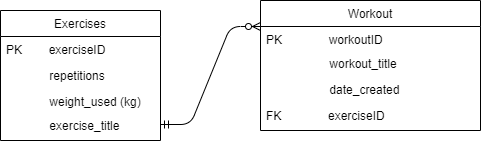
Before: ERD new Diagram.png, a diagram exported from draw.io (Armanhafiz4/Fundamental-project). Source tidied: cells renumbered, new cells last; positions are measured from the earlier drawing's top-left corner, leaving out a move shared by most shapes. Its diagram source:
```xml
<mxGraphModel>
  <root>
    <mxCell id="0" />
    <mxCell id="1" parent="0" />
    <mxCell id="2" value="Exercises" style="swimlane;fontStyle=0;align=center;verticalAlign=top;horizontal=1;startSize=26;rounded=0;shadow=0;strokeWidth=1;" parent="1" vertex="1">
      <mxGeometry y="10" width="160" height="130" as="geometry" />
    </mxCell>
    <mxCell id="3" value="PK        exerciseID" style="text;align=left;verticalAlign=top;spacingLeft=4;spacingRight=4;overflow=hidden;" parent="2" vertex="1">
      <mxGeometry y="26" width="160" height="26" as="geometry" />
    </mxCell>
    <mxCell id="4" value="             repetitions" style="text;align=left;verticalAlign=top;spacingLeft=4;spacingRight=4;overflow=hidden;rounded=0;shadow=0;html=0;" parent="2" vertex="1">
      <mxGeometry y="52" width="160" height="26" as="geometry" />
    </mxCell>
    <mxCell id="5" value="             weight_used (kg)" style="text;align=left;verticalAlign=top;spacingLeft=4;spacingRight=4;overflow=hidden;rounded=0;shadow=0;html=0;" parent="2" vertex="1">
      <mxGeometry y="78" width="160" height="24" as="geometry" />
    </mxCell>
    <mxCell id="6" value="             exercise_title" style="text;align=left;verticalAlign=top;spacingLeft=4;spacingRight=4;overflow=hidden;rounded=0;shadow=0;html=0;" parent="2" vertex="1">
      <mxGeometry y="102" width="160" height="24" as="geometry" />
    </mxCell>
    <mxCell id="7" value="Workout" style="swimlane;fontStyle=0;align=center;verticalAlign=top;horizontal=1;startSize=26;rounded=0;shadow=0;strokeWidth=1;" parent="1" vertex="1">
      <mxGeometry x="260" width="220" height="130" as="geometry" />
    </mxCell>
    <mxCell id="8" value="PK              workoutID" style="text;align=left;verticalAlign=top;spacingLeft=4;spacingRight=4;overflow=hidden;" parent="7" vertex="1">
      <mxGeometry y="26" width="220" height="24" as="geometry" />
    </mxCell>
    <mxCell id="9" value="                   workout_title" style="text;align=left;verticalAlign=top;spacingLeft=4;spacingRight=4;overflow=hidden;" parent="7" vertex="1">
      <mxGeometry y="50" width="220" height="26" as="geometry" />
    </mxCell>
    <mxCell id="10" value="                   date_created" style="text;align=left;verticalAlign=top;spacingLeft=4;spacingRight=4;overflow=hidden;" parent="7" vertex="1">
      <mxGeometry y="76" width="220" height="26" as="geometry" />
    </mxCell>
    <mxCell id="11" value="FK              exerciseID" style="text;align=left;verticalAlign=top;spacingLeft=4;spacingRight=4;overflow=hidden;" parent="7" vertex="1">
      <mxGeometry y="102" width="220" height="26" as="geometry" />
    </mxCell>
    <mxCell id="12" style="edgeStyle=entityRelationEdgeStyle;fontSize=12;html=1;endArrow=ERzeroToMany;startArrow=ERmandOne;" parent="1" edge="1">
      <mxGeometry relative="1" as="geometry">
        <mxPoint x="160" y="124" as="sourcePoint" />
        <mxPoint x="260" y="26" as="targetPoint" />
      </mxGeometry>
    </mxCell>
  </root>
</mxGraphModel>
```
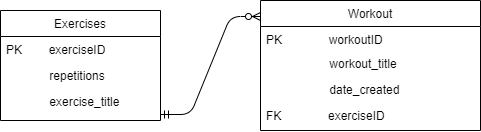
Above is the later version.

The edit, as a diff of the source:
```diff
@@ -3,7 +3,7 @@
     <mxCell id="0" />
     <mxCell id="1" parent="0" />
     <mxCell id="2" value="Exercises" style="swimlane;fontStyle=0;align=center;verticalAlign=top;horizontal=1;startSize=26;rounded=0;shadow=0;strokeWidth=1;" parent="1" vertex="1">
-      <mxGeometry y="10" width="160" height="130" as="geometry" />
+      <mxGeometry y="10" width="160" height="110" as="geometry" />
     </mxCell>
     <mxCell id="3" value="PK        exerciseID" style="text;align=left;verticalAlign=top;spacingLeft=4;spacingRight=4;overflow=hidden;" parent="2" vertex="1">
       <mxGeometry y="26" width="160" height="26" as="geometry" />
@@ -11,11 +11,8 @@
     <mxCell id="4" value="             repetitions" style="text;align=left;verticalAlign=top;spacingLeft=4;spacingRight=4;overflow=hidden;rounded=0;shadow=0;html=0;" parent="2" vertex="1">
       <mxGeometry y="52" width="160" height="26" as="geometry" />
     </mxCell>
-    <mxCell id="5" value="             weight_used (kg)" style="text;align=left;verticalAlign=top;spacingLeft=4;spacingRight=4;overflow=hidden;rounded=0;shadow=0;html=0;" parent="2" vertex="1">
-      <mxGeometry y="78" width="160" height="24" as="geometry" />
-    </mxCell>
     <mxCell id="6" value="             exercise_title" style="text;align=left;verticalAlign=top;spacingLeft=4;spacingRight=4;overflow=hidden;rounded=0;shadow=0;html=0;" parent="2" vertex="1">
-      <mxGeometry y="102" width="160" height="24" as="geometry" />
+      <mxGeometry y="78" width="160" height="24" as="geometry" />
     </mxCell>
     <mxCell id="7" value="Workout" style="swimlane;fontStyle=0;align=center;verticalAlign=top;horizontal=1;startSize=26;rounded=0;shadow=0;strokeWidth=1;" parent="1" vertex="1">
       <mxGeometry x="260" width="220" height="130" as="geometry" />
@@ -34,8 +31,8 @@
     </mxCell>
     <mxCell id="12" style="edgeStyle=entityRelationEdgeStyle;fontSize=12;html=1;endArrow=ERzeroToMany;startArrow=ERmandOne;" parent="1" edge="1">
       <mxGeometry relative="1" as="geometry">
-        <mxPoint x="160" y="124" as="sourcePoint" />
-        <mxPoint x="260" y="26" as="targetPoint" />
+        <mxPoint x="160" y="114" as="sourcePoint" />
+        <mxPoint x="260" y="16" as="targetPoint" />
       </mxGeometry>
     </mxCell>
   </root>
```
